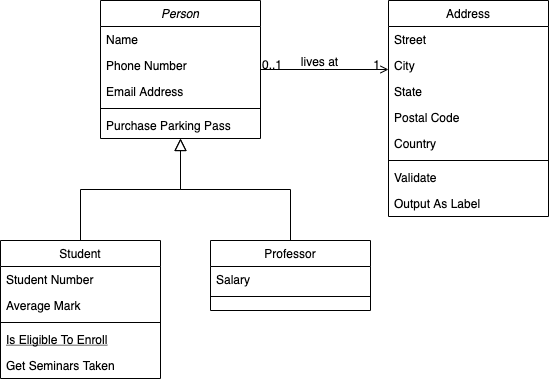
JDunich/Student-Tuition-API keeps this draw.io diagram as UMLDiagram.png. Above is the earlier version. Source tidied: cells renumbered, new cells last; positions are measured from the earlier drawing's top-left corner, leaving out a move shared by most shapes. Its diagram source:
```xml
<mxGraphModel>
  <root>
    <mxCell id="0" />
    <mxCell id="1" parent="0" />
    <mxCell id="2" value="Person" style="swimlane;fontStyle=2;align=center;verticalAlign=top;horizontal=1;startSize=26;rounded=0;shadow=0;strokeWidth=1;" parent="1" vertex="1">
      <mxGeometry x="100" width="160" height="138" as="geometry" />
    </mxCell>
    <mxCell id="3" value="Name" style="text;align=left;verticalAlign=top;spacingLeft=4;spacingRight=4;overflow=hidden;" parent="2" vertex="1">
      <mxGeometry y="26" width="160" height="26" as="geometry" />
    </mxCell>
    <mxCell id="4" value="Phone Number" style="text;align=left;verticalAlign=top;spacingLeft=4;spacingRight=4;overflow=hidden;rounded=0;shadow=0;html=0;" parent="2" vertex="1">
      <mxGeometry y="52" width="160" height="26" as="geometry" />
    </mxCell>
    <mxCell id="5" value="Email Address" style="text;align=left;verticalAlign=top;spacingLeft=4;spacingRight=4;overflow=hidden;rounded=0;shadow=0;html=0;" parent="2" vertex="1">
      <mxGeometry y="78" width="160" height="26" as="geometry" />
    </mxCell>
    <mxCell id="6" style="line;html=1;strokeWidth=1;align=left;verticalAlign=middle;spacingTop=-1;spacingLeft=3;spacingRight=3;labelPosition=right;" parent="2" vertex="1">
      <mxGeometry y="104" width="160" height="8" as="geometry" />
    </mxCell>
    <mxCell id="7" value="Purchase Parking Pass" style="text;align=left;verticalAlign=top;spacingLeft=4;spacingRight=4;overflow=hidden;" parent="2" vertex="1">
      <mxGeometry y="112" width="160" height="26" as="geometry" />
    </mxCell>
    <mxCell id="8" value="Student" style="swimlane;fontStyle=0;align=center;verticalAlign=top;horizontal=1;startSize=26;rounded=0;shadow=0;strokeWidth=1;" parent="1" vertex="1">
      <mxGeometry y="240" width="160" height="138" as="geometry" />
    </mxCell>
    <mxCell id="9" value="Student Number" style="text;align=left;verticalAlign=top;spacingLeft=4;spacingRight=4;overflow=hidden;" parent="8" vertex="1">
      <mxGeometry y="26" width="160" height="26" as="geometry" />
    </mxCell>
    <mxCell id="10" value="Average Mark" style="text;align=left;verticalAlign=top;spacingLeft=4;spacingRight=4;overflow=hidden;rounded=0;shadow=0;html=0;" parent="8" vertex="1">
      <mxGeometry y="52" width="160" height="26" as="geometry" />
    </mxCell>
    <mxCell id="11" style="line;html=1;strokeWidth=1;align=left;verticalAlign=middle;spacingTop=-1;spacingLeft=3;spacingRight=3;labelPosition=right;" parent="8" vertex="1">
      <mxGeometry y="78" width="160" height="8" as="geometry" />
    </mxCell>
    <mxCell id="12" value="Is Eligible To Enroll" style="text;align=left;verticalAlign=top;spacingLeft=4;spacingRight=4;overflow=hidden;fontStyle=4;" parent="8" vertex="1">
      <mxGeometry y="86" width="160" height="26" as="geometry" />
    </mxCell>
    <mxCell id="13" value="Get Seminars Taken" style="text;align=left;verticalAlign=top;spacingLeft=4;spacingRight=4;overflow=hidden;" parent="8" vertex="1">
      <mxGeometry y="112" width="160" height="26" as="geometry" />
    </mxCell>
    <mxCell id="14" style="endArrow=block;endSize=10;endFill=0;shadow=0;strokeWidth=1;rounded=0;edgeStyle=elbowEdgeStyle;elbow=vertical;" parent="1" edge="1" source="8" target="2">
      <mxGeometry relative="1" as="geometry" />
    </mxCell>
    <mxCell id="15" value="Professor" style="swimlane;fontStyle=0;align=center;verticalAlign=top;horizontal=1;startSize=26;rounded=0;shadow=0;strokeWidth=1;" parent="1" vertex="1">
      <mxGeometry x="210" y="240" width="160" height="70" as="geometry" />
    </mxCell>
    <mxCell id="16" value="Salary" style="text;align=left;verticalAlign=top;spacingLeft=4;spacingRight=4;overflow=hidden;" parent="15" vertex="1">
      <mxGeometry y="26" width="160" height="26" as="geometry" />
    </mxCell>
    <mxCell id="17" style="line;html=1;strokeWidth=1;align=left;verticalAlign=middle;spacingTop=-1;spacingLeft=3;spacingRight=3;labelPosition=right;" parent="15" vertex="1">
      <mxGeometry y="52" width="160" height="8" as="geometry" />
    </mxCell>
    <mxCell id="18" style="endArrow=block;endSize=10;endFill=0;shadow=0;strokeWidth=1;rounded=0;edgeStyle=elbowEdgeStyle;elbow=vertical;" parent="1" edge="1" source="15" target="2">
      <mxGeometry relative="1" as="geometry" />
    </mxCell>
    <mxCell id="19" value="Address" style="swimlane;fontStyle=0;align=center;verticalAlign=top;horizontal=1;startSize=26;rounded=0;shadow=0;strokeWidth=1;" parent="1" vertex="1">
      <mxGeometry x="388" width="160" height="216" as="geometry" />
    </mxCell>
    <mxCell id="20" value="Street" style="text;align=left;verticalAlign=top;spacingLeft=4;spacingRight=4;overflow=hidden;" parent="19" vertex="1">
      <mxGeometry y="26" width="160" height="26" as="geometry" />
    </mxCell>
    <mxCell id="21" value="City" style="text;align=left;verticalAlign=top;spacingLeft=4;spacingRight=4;overflow=hidden;rounded=0;shadow=0;html=0;" parent="19" vertex="1">
      <mxGeometry y="52" width="160" height="26" as="geometry" />
    </mxCell>
    <mxCell id="22" value="State" style="text;align=left;verticalAlign=top;spacingLeft=4;spacingRight=4;overflow=hidden;rounded=0;shadow=0;html=0;" parent="19" vertex="1">
      <mxGeometry y="78" width="160" height="26" as="geometry" />
    </mxCell>
    <mxCell id="23" value="Postal Code" style="text;align=left;verticalAlign=top;spacingLeft=4;spacingRight=4;overflow=hidden;rounded=0;shadow=0;html=0;" parent="19" vertex="1">
      <mxGeometry y="104" width="160" height="26" as="geometry" />
    </mxCell>
    <mxCell id="24" value="Country" style="text;align=left;verticalAlign=top;spacingLeft=4;spacingRight=4;overflow=hidden;rounded=0;shadow=0;html=0;" parent="19" vertex="1">
      <mxGeometry y="130" width="160" height="26" as="geometry" />
    </mxCell>
    <mxCell id="25" style="line;html=1;strokeWidth=1;align=left;verticalAlign=middle;spacingTop=-1;spacingLeft=3;spacingRight=3;labelPosition=right;" parent="19" vertex="1">
      <mxGeometry y="156" width="160" height="8" as="geometry" />
    </mxCell>
    <mxCell id="26" value="Validate" style="text;align=left;verticalAlign=top;spacingLeft=4;spacingRight=4;overflow=hidden;" parent="19" vertex="1">
      <mxGeometry y="164" width="160" height="26" as="geometry" />
    </mxCell>
    <mxCell id="27" value="Output As Label" style="text;align=left;verticalAlign=top;spacingLeft=4;spacingRight=4;overflow=hidden;" parent="19" vertex="1">
      <mxGeometry y="190" width="160" height="26" as="geometry" />
    </mxCell>
    <mxCell id="28" style="endArrow=open;shadow=0;strokeWidth=1;rounded=0;endFill=1;edgeStyle=elbowEdgeStyle;elbow=vertical;" parent="1" edge="1" source="2" target="19">
      <mxGeometry x="0.5" y="41" relative="1" as="geometry">
        <mxPoint x="-40" y="32" as="offset" />
      </mxGeometry>
    </mxCell>
    <mxCell id="29" value="0..1" style="align=left;verticalAlign=bottom;labelBackgroundColor=none;fontSize=12;" parent="28" vertex="1">
      <mxGeometry x="-1" relative="1" as="geometry">
        <mxPoint y="4" as="offset" />
      </mxGeometry>
    </mxCell>
    <mxCell id="30" value="1" style="align=right;verticalAlign=bottom;labelBackgroundColor=none;fontSize=12;" parent="28" vertex="1">
      <mxGeometry x="1" relative="1" as="geometry">
        <mxPoint x="-7" y="4" as="offset" />
      </mxGeometry>
    </mxCell>
    <mxCell id="31" value="lives at" style="text;html=1;align=center;verticalAlign=middle;labelBackgroundColor=none;rounded=0;shadow=0;strokeWidth=1;fontSize=12;" parent="28" vertex="1">
      <mxGeometry x="0.5" y="49" relative="1" as="geometry">
        <mxPoint x="-38" y="40" as="offset" />
      </mxGeometry>
    </mxCell>
  </root>
</mxGraphModel>
```
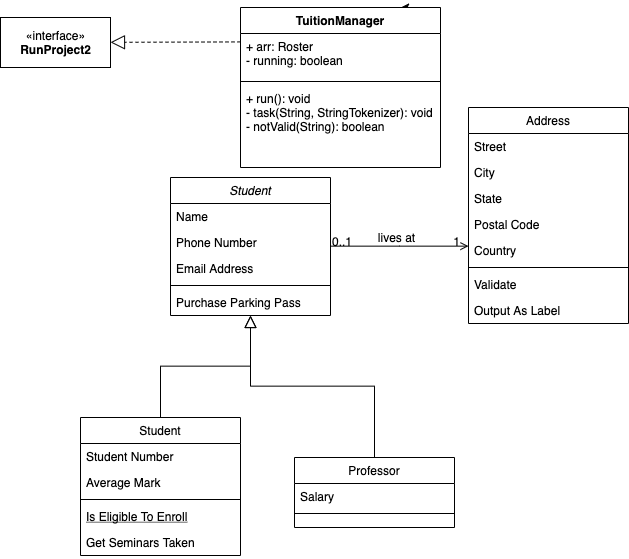
After the commit.

The edit, as a diff of the source:
```diff
@@ -2,8 +2,8 @@
   <root>
     <mxCell id="0" />
     <mxCell id="1" parent="0" />
-    <mxCell id="2" value="Person" style="swimlane;fontStyle=2;align=center;verticalAlign=top;horizontal=1;startSize=26;rounded=0;shadow=0;strokeWidth=1;" parent="1" vertex="1">
-      <mxGeometry x="100" width="160" height="138" as="geometry" />
+    <mxCell id="2" value="Student" style="swimlane;fontStyle=2;align=center;verticalAlign=top;horizontal=1;startSize=26;rounded=0;shadow=0;strokeWidth=1;" parent="1" vertex="1">
+      <mxGeometry x="90" y="70" width="160" height="138" as="geometry" />
     </mxCell>
     <mxCell id="3" value="Name" style="text;align=left;verticalAlign=top;spacingLeft=4;spacingRight=4;overflow=hidden;" parent="2" vertex="1">
       <mxGeometry y="26" width="160" height="26" as="geometry" />
@@ -21,7 +21,7 @@
       <mxGeometry y="112" width="160" height="26" as="geometry" />
     </mxCell>
     <mxCell id="8" value="Student" style="swimlane;fontStyle=0;align=center;verticalAlign=top;horizontal=1;startSize=26;rounded=0;shadow=0;strokeWidth=1;" parent="1" vertex="1">
-      <mxGeometry y="240" width="160" height="138" as="geometry" />
+      <mxGeometry y="310" width="160" height="138" as="geometry" />
     </mxCell>
     <mxCell id="9" value="Student Number" style="text;align=left;verticalAlign=top;spacingLeft=4;spacingRight=4;overflow=hidden;" parent="8" vertex="1">
       <mxGeometry y="26" width="160" height="26" as="geometry" />
@@ -42,7 +42,7 @@
       <mxGeometry relative="1" as="geometry" />
     </mxCell>
     <mxCell id="15" value="Professor" style="swimlane;fontStyle=0;align=center;verticalAlign=top;horizontal=1;startSize=26;rounded=0;shadow=0;strokeWidth=1;" parent="1" vertex="1">
-      <mxGeometry x="210" y="240" width="160" height="70" as="geometry" />
+      <mxGeometry x="214" y="350" width="160" height="70" as="geometry" />
     </mxCell>
     <mxCell id="16" value="Salary" style="text;align=left;verticalAlign=top;spacingLeft=4;spacingRight=4;overflow=hidden;" parent="15" vertex="1">
       <mxGeometry y="26" width="160" height="26" as="geometry" />
@@ -100,5 +100,31 @@
         <mxPoint x="-38" y="40" as="offset" />
       </mxGeometry>
     </mxCell>
+    <mxCell id="32" value="«interface»&lt;br&gt;&lt;b&gt;RunProject2&lt;/b&gt;" style="html=1;" parent="1" vertex="1">
+      <mxGeometry x="-80" y="-90" width="110" height="50" as="geometry" />
+    </mxCell>
+    <mxCell id="33" style="endArrow=block;dashed=1;endFill=0;endSize=12;html=1;rounded=0;" parent="1" edge="1">
+      <mxGeometry relative="1" as="geometry">
+        <mxPoint x="160" y="-65.6" as="sourcePoint" />
+        <mxPoint x="30" y="-65.2" as="targetPoint" />
+      </mxGeometry>
+    </mxCell>
+    <mxCell id="34" style="edgeStyle=orthogonalEdgeStyle;rounded=0;jettySize=auto;html=1;exitX=1;exitY=0;exitDx=0;exitDy=0;" parent="1" edge="1" source="35">
+      <mxGeometry relative="1" as="geometry">
+        <mxPoint x="320.1" y="-100.2" as="targetPoint" />
+      </mxGeometry>
+    </mxCell>
+    <mxCell id="35" value="TuitionManager" style="swimlane;fontStyle=1;align=center;verticalAlign=top;horizontal=1;startSize=26;" parent="1" vertex="1">
+      <mxGeometry x="160" y="-100" width="200" height="160" as="geometry" />
+    </mxCell>
+    <mxCell id="36" value="+ arr: Roster&#10;- running: boolean" style="text;strokeColor=none;fillColor=none;align=left;verticalAlign=top;spacingLeft=4;spacingRight=4;overflow=hidden;" parent="35" vertex="1">
+      <mxGeometry y="26" width="200" height="44" as="geometry" />
+    </mxCell>
+    <mxCell id="37" style="line;strokeWidth=1;fillColor=none;align=left;verticalAlign=middle;spacingTop=-1;spacingLeft=3;spacingRight=3;labelPosition=right;" parent="35" vertex="1">
+      <mxGeometry y="70" width="200" height="8" as="geometry" />
+    </mxCell>
+    <mxCell id="38" value="+ run(): void&#10;- task(String, StringTokenizer): void&#10;- notValid(String): boolean&#10;&#10;&#10;" style="text;strokeColor=none;fillColor=none;align=left;verticalAlign=top;spacingLeft=4;spacingRight=4;overflow=hidden;" parent="35" vertex="1">
+      <mxGeometry y="78" width="200" height="82" as="geometry" />
+    </mxCell>
   </root>
 </mxGraphModel>
```
